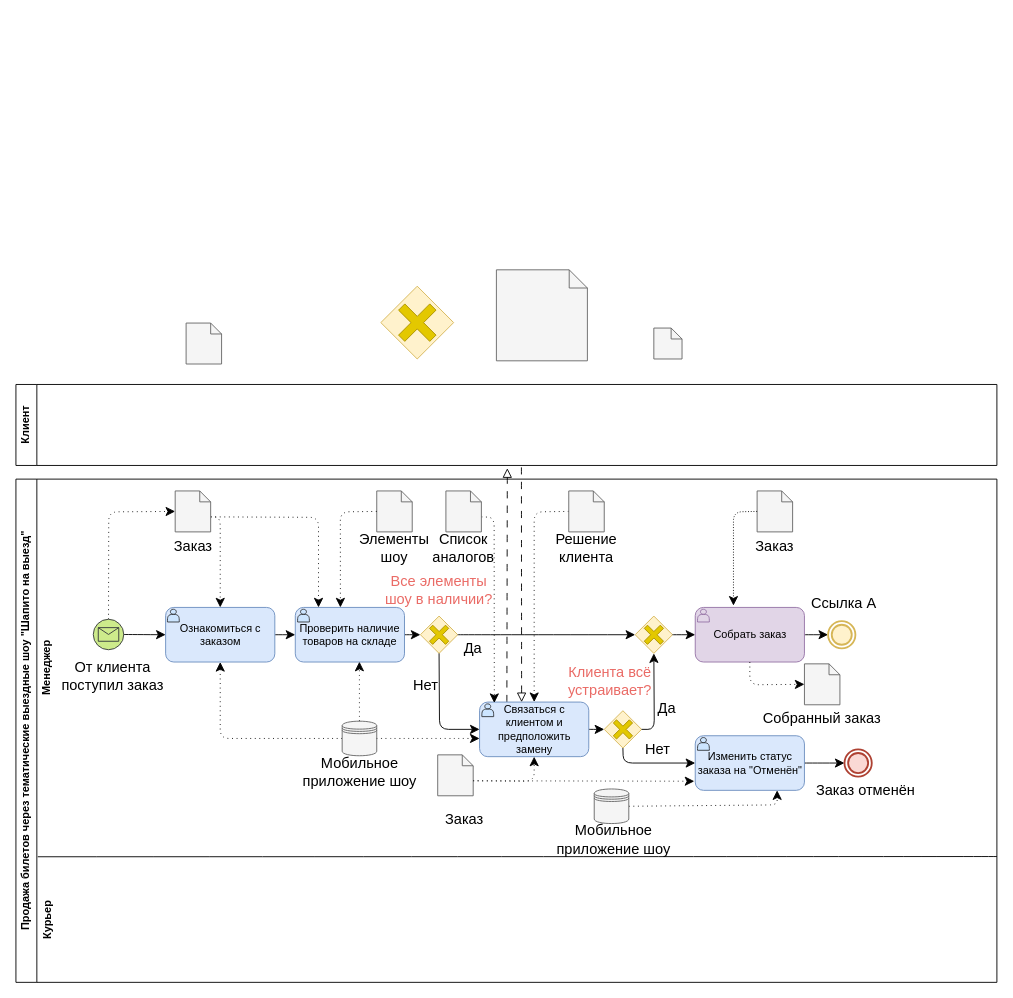
This is page "Page-1" (1 of 2) of Pbd1.drawio from Helpmepleaseitishard/database-design-4-semester, a draw.io file, before an edit. Source tidied: cells renumbered, new cells numbered last; positions are measured from the earlier drawing's top-left corner, leaving out a move shared by most shapes. Both pictures are drawn from the tidied source at 91%, with x=0, y=0 at pixel (-142, 269).
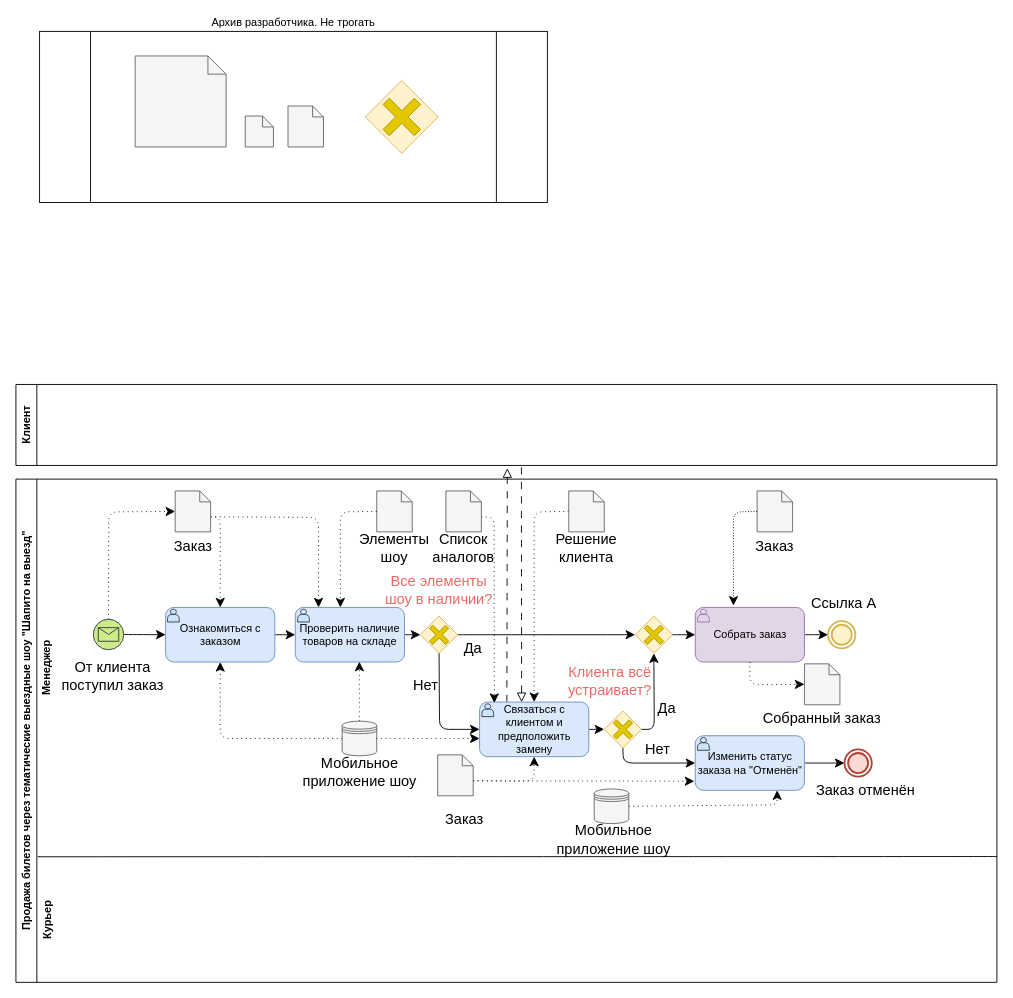
Above is the later version.

What changed in the source:
```diff
@@
+    <mxCell id="91" value="Архив разработчика. Не трогать" style="shape=process;whiteSpace=wrap;html=1;backgroundOutline=1;labelPosition=center;verticalLabelPosition=top;align=center;verticalAlign=bottom;" parent="1" vertex="1">
+      <mxGeometry x="199" y="-262" width="558" height="188" as="geometry" />
+    </mxCell>
@@
     <mxCell id="4" style="rhombus;whiteSpace=wrap;html=1;fillColor=#fff2cc;strokeColor=#d6b656;" parent="1" vertex="1">
-      <mxGeometry x="574" y="18" width="80" height="80" as="geometry" />
+      <mxGeometry x="557" y="-208" width="80" height="80" as="geometry" />
     </mxCell>
     <mxCell id="5" style="shape=cross;whiteSpace=wrap;html=1;fillColor=#e3c800;strokeColor=#B09500;rotation=45;fontColor=#000000;" parent="1" vertex="1">
-      <mxGeometry x="589.8" y="33.8" width="48.5" height="48.5" as="geometry" />
+      <mxGeometry x="572.8" y="-192.2" width="48.5" height="48.5" as="geometry" />
     </mxCell>
@@
     <mxCell id="88" style="shape=note;size=20;whiteSpace=wrap;html=1;fillColor=#f5f5f5;strokeColor=#666666;fontColor=#333333;" parent="1" vertex="1">
-      <mxGeometry x="701" width="100" height="100" as="geometry" />
+      <mxGeometry x="304" y="-235" width="100" height="100" as="geometry" />
     </mxCell>
     <mxCell id="89" style="shape=note;size=12;whiteSpace=wrap;html=1;fillColor=#f5f5f5;strokeColor=#666666;fontColor=#333333;" parent="1" vertex="1">
-      <mxGeometry x="874" y="64" width="31" height="34" as="geometry" />
+      <mxGeometry x="425" y="-169" width="31" height="34" as="geometry" />
     </mxCell>
     <mxCell id="90" style="shape=note;size=12;whiteSpace=wrap;html=1;fillColor=#f5f5f5;strokeColor=#666666;fontColor=#333333;" parent="1" vertex="1">
-      <mxGeometry x="360" y="58.5" width="39" height="45" as="geometry" />
+      <mxGeometry x="472" y="-180" width="39" height="45" as="geometry" />
     </mxCell>
```
